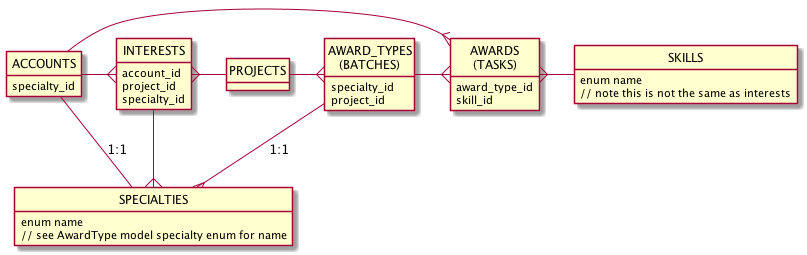
Before: doc/schema-with-batches/skill-interest-schema.png, a diagram exported from PlantUML (CoMakery/comakery-app). Source of this version:
```plantuml
@startuml skill-interest-schema
hide circle
hide methods
hide stereotypes
  class ACCOUNTS {
    specialty_id
  }
  class INTERESTS {
    account_id
    project_id
    specialty_id
  }
  class SPECIALTIES {
    enum name
    // see AwardType model specialty enum for name
  }
  class PROJECTS {
  }
  class "AWARD_TYPES\n(BATCHES)" as BATCHES {
    specialty_id
    project_id
  }
  class "AWARDS\n(TASKS)" as TASKS {
    award_type_id
    skill_id
  }
  class SKILLS {
    enum name
    // note this is not the same as interests
  }
  ACCOUNTS -right-{ INTERESTS
  ACCOUNTS -- SPECIALTIES: 1:1
  INTERESTS }-right- PROJECTS
  PROJECTS -right-{ BATCHES
  INTERESTS --{ SPECIALTIES
  BATCHES --{ SPECIALTIES: 1:1
  BATCHES -right-{ TASKS
  TASKS }- SKILLS
  ACCOUNTS -{ TASKS
@enduml
```
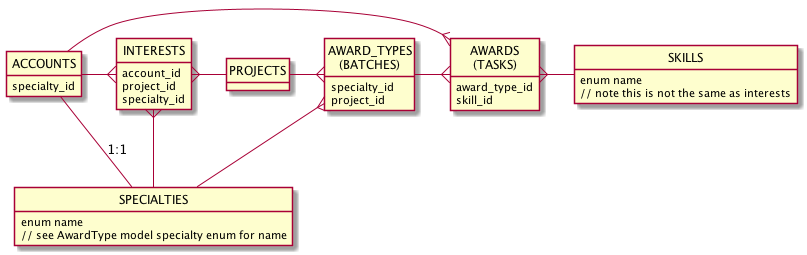
Later version of the same file.

What changed in the source:
```diff
@@ -32,8 +32,8 @@
   ACCOUNTS -- SPECIALTIES: 1:1
   INTERESTS }-right- PROJECTS
   PROJECTS -right-{ BATCHES
-  INTERESTS --{ SPECIALTIES
-  BATCHES --{ SPECIALTIES: 1:1
+  INTERESTS }-- SPECIALTIES
+  BATCHES }-- SPECIALTIES
   BATCHES -right-{ TASKS
   TASKS }- SKILLS
   ACCOUNTS -{ TASKS
```
